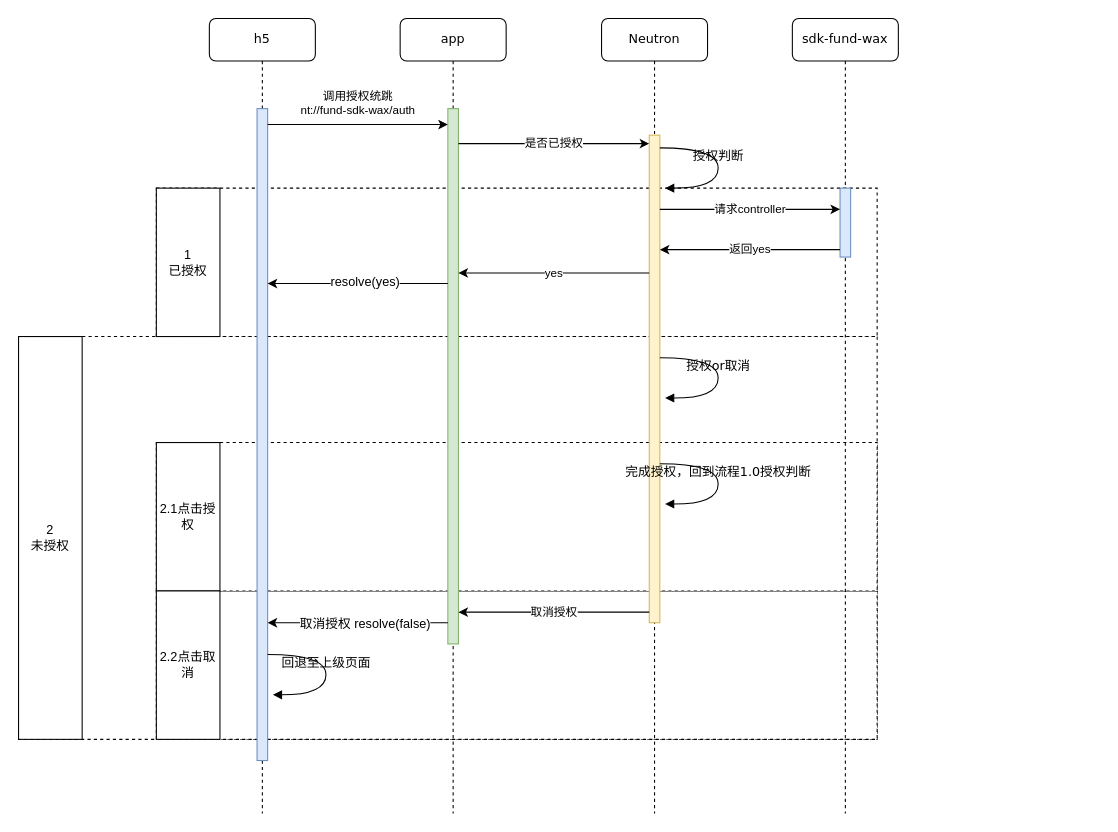
The draw.io diagram 用户授权.drawio in ytyszxf/angular2-webpack-starter, before the edit. Source tidied: cells renumbered, new cells numbered last; positions are measured from the earlier drawing's top-left corner, leaving out a move shared by most shapes. Both pictures are drawn from the tidied source at 106%, with x=0, y=0 at pixel (18, 18).
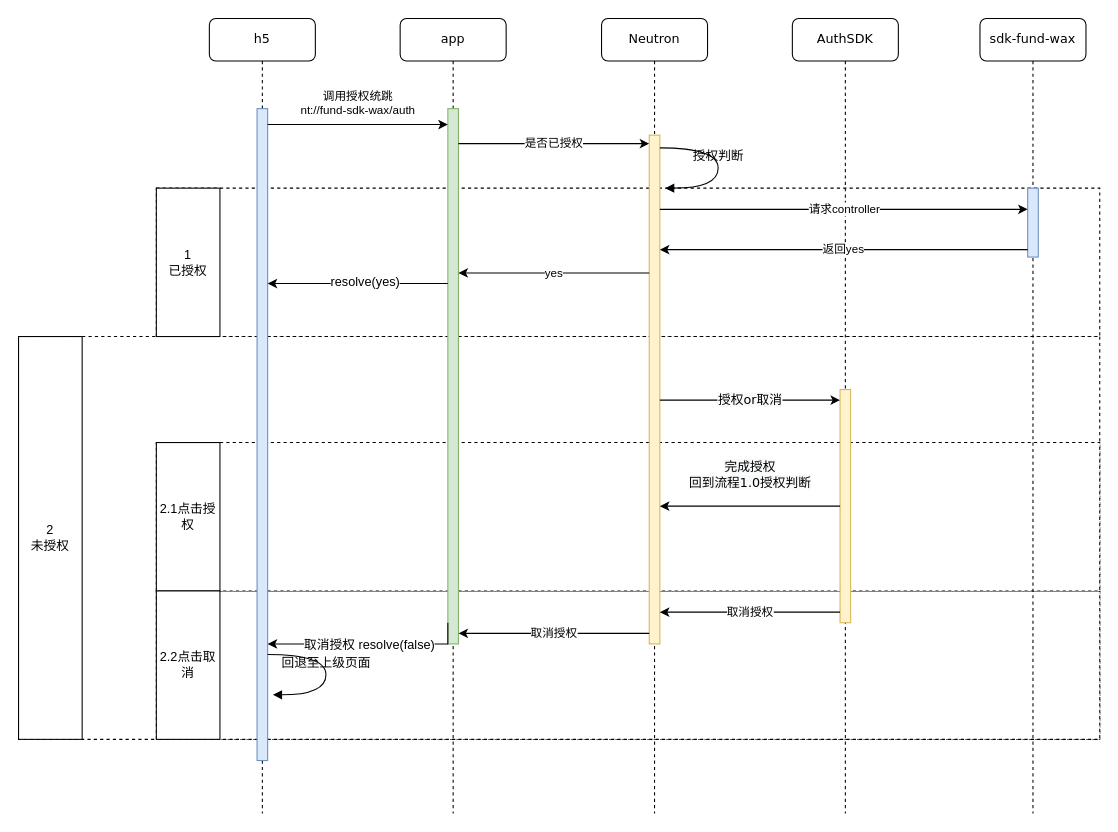
The same diagram, later.

Unchanged cells that the change refers to:
```xml
<mxCell id="7" style="html=1;points=[];perimeter=orthogonalPerimeter;rounded=0;shadow=0;comic=0;labelBackgroundColor=none;strokeColor=#6c8ebf;strokeWidth=1;fillColor=#dae8fc;fontFamily=Verdana;fontSize=12;align=center;" parent="6" vertex="1">
  <mxGeometry x="45" y="85" width="10" height="615" as="geometry" />
</mxCell>
<mxCell id="11" style="html=1;points=[];perimeter=orthogonalPerimeter;rounded=0;shadow=0;comic=0;labelBackgroundColor=none;strokeColor=#82b366;strokeWidth=1;fillColor=#d5e8d4;fontFamily=Verdana;fontSize=12;align=center;" parent="10" vertex="1">
  <mxGeometry x="45" y="85" width="10" height="505" as="geometry" />
</mxCell>
<mxCell id="13" value="Neutron" style="shape=umlLifeline;perimeter=lifelinePerimeter;whiteSpace=wrap;html=1;rounded=1;shadow=0;comic=0;labelBackgroundColor=none;strokeColor=#000000;strokeWidth=1;fillColor=#FFFFFF;fontFamily=Verdana;fontSize=12;fontColor=#000000;align=center;" parent="1" vertex="1">
  <mxGeometry x="550" width="100" height="750" as="geometry" />
</mxCell>
```

Diff of the diagram source:
```diff
@@
     <mxCell id="2" style="rounded=0;whiteSpace=wrap;html=1;dashed=1;" parent="1" vertex="1">
-      <mxGeometry y="300" width="810" height="380" as="geometry" />
+      <mxGeometry y="300" width="1020" height="380" as="geometry" />
     </mxCell>
     <mxCell id="3" style="rounded=0;whiteSpace=wrap;html=1;dashed=1;" parent="1" vertex="1">
-      <mxGeometry x="130" y="540" width="680" height="140" as="geometry" />
+      <mxGeometry x="130" y="540" width="890" height="140" as="geometry" />
     </mxCell>
     <mxCell id="4" style="rounded=0;whiteSpace=wrap;html=1;dashed=1;" parent="1" vertex="1">
-      <mxGeometry x="130" y="400" width="680" height="140" as="geometry" />
+      <mxGeometry x="130" y="400" width="890" height="140" as="geometry" />
     </mxCell>
     <mxCell id="5" style="rounded=0;whiteSpace=wrap;html=1;dashed=1;" parent="1" vertex="1">
-      <mxGeometry x="130" y="160" width="680" height="140" as="geometry" />
+      <mxGeometry x="130" y="160" width="890" height="140" as="geometry" />
     </mxCell>
+    <mxCell id="32" value="AuthSDK" style="shape=umlLifeline;perimeter=lifelinePerimeter;whiteSpace=wrap;html=1;rounded=1;shadow=0;comic=0;labelBackgroundColor=none;strokeColor=#000000;strokeWidth=1;fillColor=#FFFFFF;fontFamily=Verdana;fontSize=12;fontColor=#000000;align=center;" parent="1" vertex="1">
+      <mxGeometry x="730" width="100" height="750" as="geometry" />
+    </mxCell>
+    <mxCell id="33" style="html=1;points=[];perimeter=orthogonalPerimeter;rounded=0;shadow=0;comic=0;labelBackgroundColor=none;strokeColor=#d6b656;strokeWidth=1;fillColor=#fff2cc;fontFamily=Verdana;fontSize=12;align=center;" parent="32" vertex="1">
+      <mxGeometry x="45" y="350" width="10" height="220" as="geometry" />
+    </mxCell>
@@
     <mxCell id="8" value="sdk-fund-wax" style="shape=umlLifeline;perimeter=lifelinePerimeter;whiteSpace=wrap;html=1;rounded=1;shadow=0;comic=0;labelBackgroundColor=none;strokeColor=#000000;strokeWidth=1;fillColor=#FFFFFF;fontFamily=Verdana;fontSize=12;fontColor=#000000;align=center;" parent="1" vertex="1">
-      <mxGeometry x="730" width="100" height="750" as="geometry" />
+      <mxGeometry x="907" width="100" height="750" as="geometry" />
     </mxCell>
@@
     <mxCell id="14" style="html=1;points=[];perimeter=orthogonalPerimeter;rounded=0;shadow=0;comic=0;labelBackgroundColor=none;strokeColor=#d6b656;strokeWidth=1;fillColor=#fff2cc;fontFamily=Verdana;fontSize=12;align=center;" parent="13" vertex="1">
-      <mxGeometry x="45" y="110" width="10" height="460" as="geometry" />
+      <mxGeometry x="45" y="110" width="10" height="480" as="geometry" />
     </mxCell>
@@
-    <mxCell id="24" value="授权or取消" style="html=1;verticalAlign=bottom;endArrow=block;labelBackgroundColor=none;fontFamily=Verdana;fontSize=12;elbow=vertical;edgeStyle=orthogonalEdgeStyle;curved=1;entryX=1;entryY=0.286;entryPerimeter=0;exitX=1.038;exitY=0.345;exitPerimeter=0;" parent="1" edge="1">
-      <mxGeometry relative="1" as="geometry">
-        <mxPoint x="605" y="320" as="sourcePoint" />
-        <mxPoint x="610" y="358" as="targetPoint" />
-        <Array as="points">
-          <mxPoint x="660" y="320" />
-          <mxPoint x="660" y="358" />
-        </Array>
-      </mxGeometry>
-    </mxCell>
@@
-    <mxCell id="26" value="完成授权，回到流程1.0授权判断" style="html=1;verticalAlign=bottom;endArrow=block;labelBackgroundColor=none;fontFamily=Verdana;fontSize=12;elbow=vertical;edgeStyle=orthogonalEdgeStyle;curved=1;entryX=1;entryY=0.286;entryPerimeter=0;exitX=1.038;exitY=0.345;exitPerimeter=0;" parent="1" edge="1">
-      <mxGeometry relative="1" as="geometry">
-        <mxPoint x="605" y="420" as="sourcePoint" />
-        <mxPoint x="610" y="458" as="targetPoint" />
-        <Array as="points">
-          <mxPoint x="660" y="420" />
-          <mxPoint x="660" y="458" />
-        </Array>
-      </mxGeometry>
-    </mxCell>
@@
     <mxCell id="28" style="edgeStyle=orthogonalEdgeStyle;rounded=0;jettySize=auto;html=1;" parent="1" edge="1" target="7">
       <mxGeometry relative="1" as="geometry">
         <mxPoint x="405" y="570" as="sourcePoint" />
         <Array as="points">
-          <mxPoint x="270" y="570" />
-          <mxPoint x="270" y="570" />
+          <mxPoint x="405" y="590" />
         </Array>
       </mxGeometry>
     </mxCell>
@@
     <mxCell id="31" value="取消授权" style="edgeStyle=orthogonalEdgeStyle;rounded=0;jettySize=auto;html=1;" parent="1" edge="1" source="14" target="11">
       <mxGeometry relative="1" as="geometry">
         <Array as="points">
-          <mxPoint x="470" y="560" />
-          <mxPoint x="470" y="560" />
+          <mxPoint x="570" y="580" />
+          <mxPoint x="570" y="580" />
         </Array>
       </mxGeometry>
     </mxCell>
+    <mxCell id="24" value="&lt;span style=&quot;font-family: &amp;#34;verdana&amp;#34; ; font-size: 12px ; background-color: rgb(248 , 249 , 250)&quot;&gt;授权or取消&lt;/span&gt;" style="edgeStyle=orthogonalEdgeStyle;rounded=0;jettySize=auto;html=1;" parent="1" edge="1" source="14" target="33">
+      <mxGeometry relative="1" as="geometry">
+        <Array as="points">
+          <mxPoint x="650" y="360" />
+          <mxPoint x="650" y="360" />
+        </Array>
+      </mxGeometry>
+    </mxCell>
+    <mxCell id="34" value="&lt;span style=&quot;font-family: &amp;#34;verdana&amp;#34; ; font-size: 12px ; background-color: rgb(248 , 249 , 250)&quot;&gt;完成授权&lt;br&gt;回到流程1.0授权判断&lt;/span&gt;" style="edgeStyle=orthogonalEdgeStyle;rounded=0;jettySize=auto;html=1;" parent="1" edge="1" source="33" target="14">
+      <mxGeometry y="-30" relative="1" as="geometry">
+        <Array as="points">
+          <mxPoint x="720" y="460" />
+          <mxPoint x="720" y="460" />
+        </Array>
+      </mxGeometry>
+    </mxCell>
+    <mxCell id="35" value="取消授权" style="edgeStyle=orthogonalEdgeStyle;rounded=0;jettySize=auto;html=1;" parent="1" edge="1" source="33" target="14">
+      <mxGeometry relative="1" as="geometry">
+        <Array as="points">
+          <mxPoint x="730" y="560" />
+          <mxPoint x="730" y="560" />
+        </Array>
+      </mxGeometry>
+    </mxCell>
```
